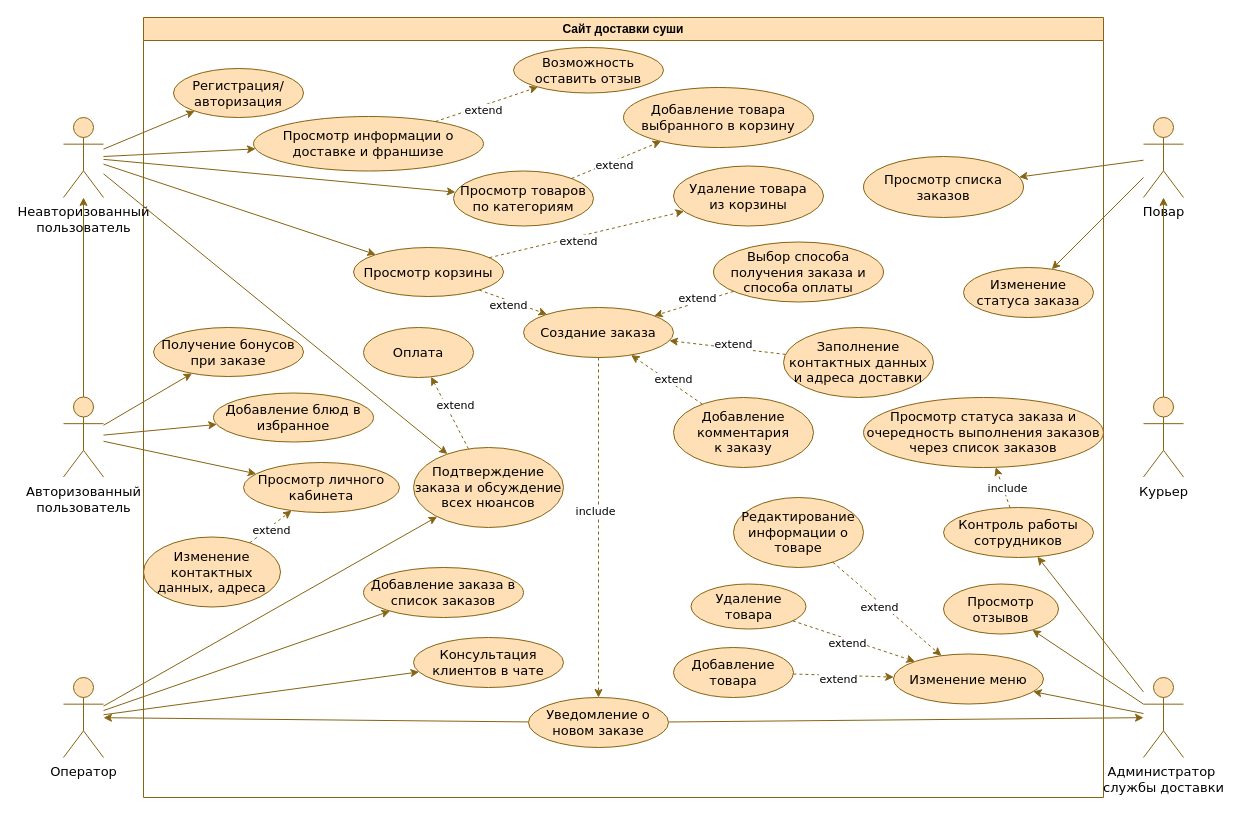
Above: Диаграмма доставки суши.drawio in Karidess/Usecase_diagramma (draw.io), before the change. Source tidied: cells renumbered, new cells numbered last; positions are measured from the earlier drawing's top-left corner, leaving out a move shared by most shapes. Both pictures are drawn from the tidied source at 100%, with x=0, y=0 at pixel (63, 17).
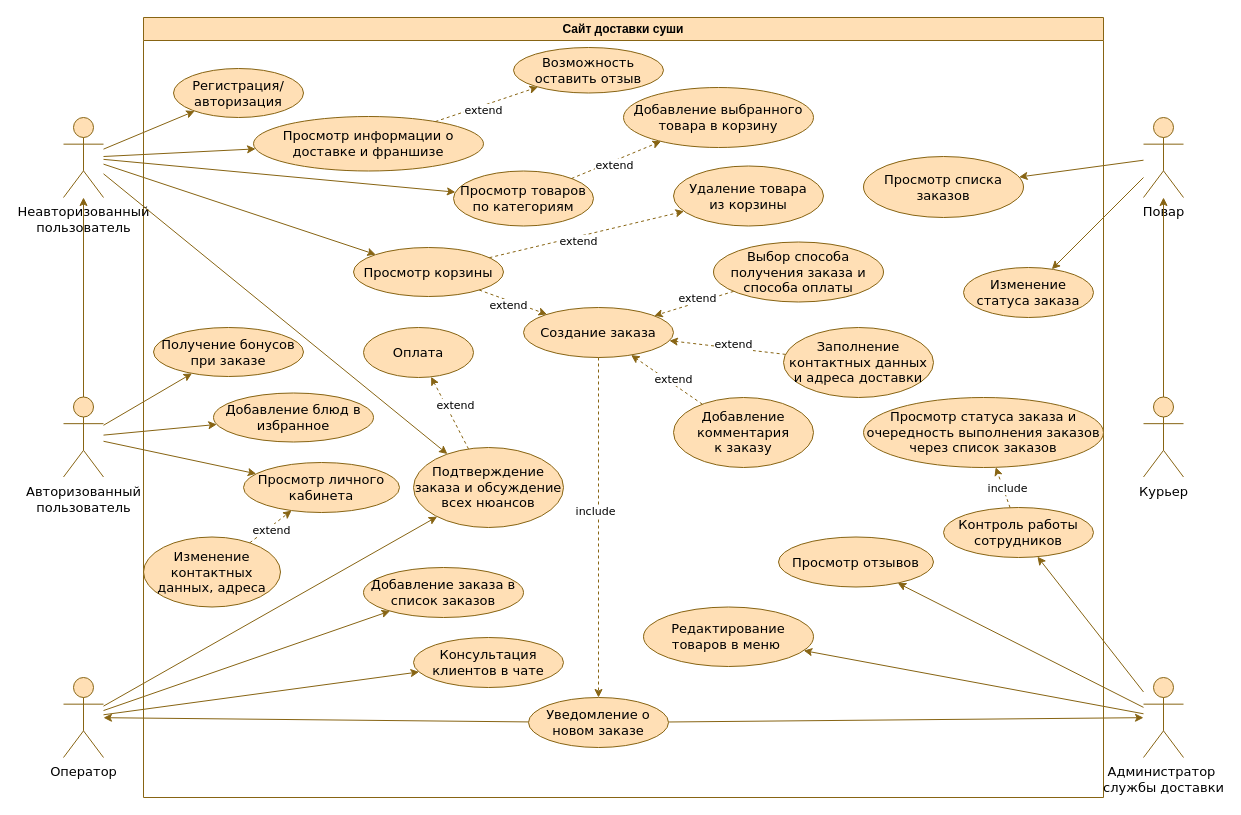
Above is the later version.

The change refers to these unchanged cells:
```xml
<mxCell id="2" value="Сайт доставки суши" style="swimlane;whiteSpace=wrap;html=1;fillColor=#FFDFB5;strokeColor=#876413;" parent="1" vertex="1">
  <mxGeometry x="80" width="960" height="780" as="geometry" />
</mxCell>
```

Change to the diagram source:
```diff
@@
-    <mxCell id="4" value="&lt;font face=&quot;Verdana&quot; style=&quot;font-size: 13px;&quot;&gt;Добавление товара &lt;br&gt;выбранного в корзину&lt;/font&gt;" style="ellipse;whiteSpace=wrap;html=1;strokeColor=#876413;fillColor=#FFDFB5;" parent="2" vertex="1">
+    <mxCell id="4" value="&lt;font face=&quot;Verdana&quot; style=&quot;font-size: 13px;&quot;&gt;Добавление выбранного товара&amp;nbsp;в корзину&lt;/font&gt;" style="ellipse;whiteSpace=wrap;html=1;strokeColor=#876413;fillColor=#FFDFB5;" parent="2" vertex="1">
       <mxGeometry x="480" y="70" width="190" height="60" as="geometry" />
     </mxCell>
@@
-    <mxCell id="14" value="&lt;font face=&quot;Verdana&quot;&gt;&lt;span style=&quot;font-size: 13px;&quot;&gt;Изменение меню&lt;/span&gt;&lt;/font&gt;" style="ellipse;whiteSpace=wrap;html=1;strokeColor=#876413;fillColor=#FFDFB5;" parent="2" vertex="1">
-      <mxGeometry x="750" y="636.5" width="150" height="50" as="geometry" />
+    <mxCell id="14" value="&lt;font face=&quot;Verdana&quot;&gt;&lt;span style=&quot;font-size: 13px;&quot;&gt;Редактирование &lt;br&gt;товаров в меню&amp;nbsp;&lt;/span&gt;&lt;/font&gt;" style="ellipse;whiteSpace=wrap;html=1;strokeColor=#876413;fillColor=#FFDFB5;" parent="2" vertex="1">
+      <mxGeometry x="500" y="589.5" width="170" height="59.5" as="geometry" />
     </mxCell>
@@
-    <mxCell id="47" value="&lt;font face=&quot;Verdana&quot;&gt;&lt;span style=&quot;font-size: 13px;&quot;&gt;Добавление товара&lt;/span&gt;&lt;/font&gt;" style="ellipse;whiteSpace=wrap;html=1;strokeColor=#876413;fillColor=#FFDFB5;" parent="2" vertex="1">
-      <mxGeometry x="530" y="630" width="120" height="50" as="geometry" />
-    </mxCell>
-    <mxCell id="48" style="endArrow=classic;html=1;rounded=0;fontFamily=Verdana;fontSize=13;strokeColor=#876413;strokeWidth=1;dashed=1;" parent="2" edge="1" source="47" target="14">
-      <mxGeometry relative="1" as="geometry" />
-    </mxCell>
-    <mxCell id="49" value="extend" style="edgeLabel;html=1;align=center;verticalAlign=middle;fontSize=11;fontFamily=Verdana;" parent="48" vertex="1">
-      <mxGeometry x="-0.1" y="-4" relative="1" as="geometry" />
-    </mxCell>
-    <mxCell id="50" value="&lt;font face=&quot;Verdana&quot;&gt;&lt;span style=&quot;font-size: 13px;&quot;&gt;Удаление товара&lt;/span&gt;&lt;/font&gt;" style="ellipse;whiteSpace=wrap;html=1;strokeColor=#876413;fillColor=#FFDFB5;" parent="2" vertex="1">
-      <mxGeometry x="547.5" y="566.5" width="115" height="45" as="geometry" />
-    </mxCell>
-    <mxCell id="51" style="endArrow=classic;html=1;rounded=0;fontFamily=Verdana;fontSize=13;strokeColor=#876413;strokeWidth=1;dashed=1;" parent="2" edge="1" source="50" target="14">
-      <mxGeometry relative="1" as="geometry" />
-    </mxCell>
-    <mxCell id="52" value="extend" style="edgeLabel;html=1;align=center;verticalAlign=middle;fontSize=11;fontFamily=Verdana;" parent="51" vertex="1">
-      <mxGeometry x="-0.1" y="-4" relative="1" as="geometry" />
-    </mxCell>
-    <mxCell id="53" value="&lt;font face=&quot;Verdana&quot;&gt;&lt;span style=&quot;font-size: 13px;&quot;&gt;Редактирование информации о товаре&lt;/span&gt;&lt;/font&gt;" style="ellipse;whiteSpace=wrap;html=1;strokeColor=#876413;fillColor=#FFDFB5;" parent="2" vertex="1">
-      <mxGeometry x="590" y="480" width="130" height="70" as="geometry" />
-    </mxCell>
-    <mxCell id="54" style="endArrow=classic;html=1;rounded=0;fontFamily=Verdana;fontSize=13;strokeColor=#876413;strokeWidth=1;dashed=1;" parent="2" edge="1" source="53" target="14">
-      <mxGeometry relative="1" as="geometry" />
-    </mxCell>
-    <mxCell id="55" value="extend" style="edgeLabel;html=1;align=center;verticalAlign=middle;fontSize=11;fontFamily=Verdana;" parent="54" vertex="1">
-      <mxGeometry x="-0.1" y="-4" relative="1" as="geometry" />
-    </mxCell>
@@
     <mxCell id="59" value="&lt;font face=&quot;Verdana&quot;&gt;&lt;span style=&quot;font-size: 13px;&quot;&gt;Просмотр отзывов&lt;/span&gt;&lt;/font&gt;" style="ellipse;whiteSpace=wrap;html=1;strokeColor=#876413;fillColor=#FFDFB5;" parent="2" vertex="1">
-      <mxGeometry x="800" y="566.5" width="115" height="50" as="geometry" />
+      <mxGeometry x="635" y="519.5" width="155" height="50" as="geometry" />
     </mxCell>
```
